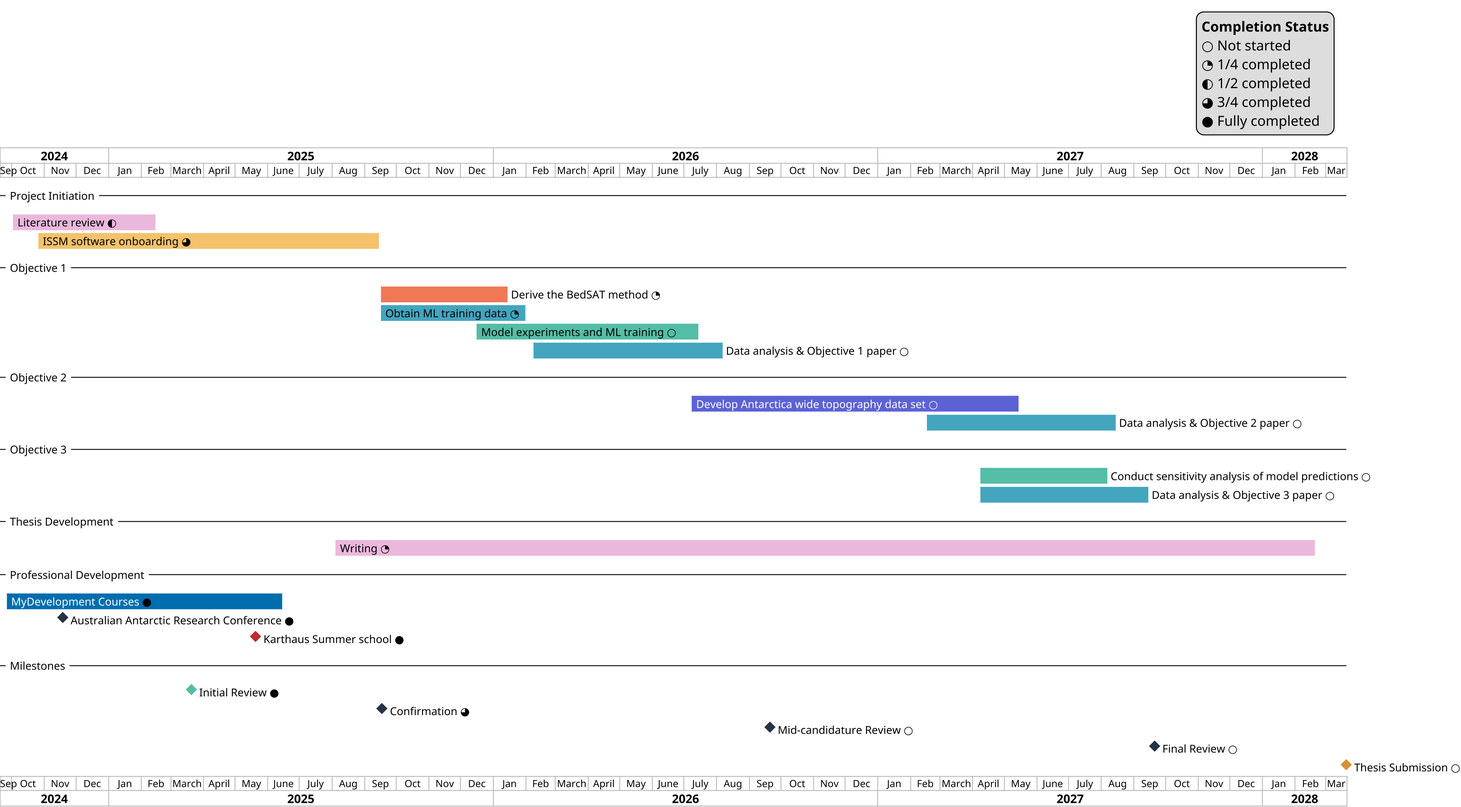
anabanami/BEDSAT keeps this PlantUML diagram as write/mls1/timeline.png. Above is the earlier version.
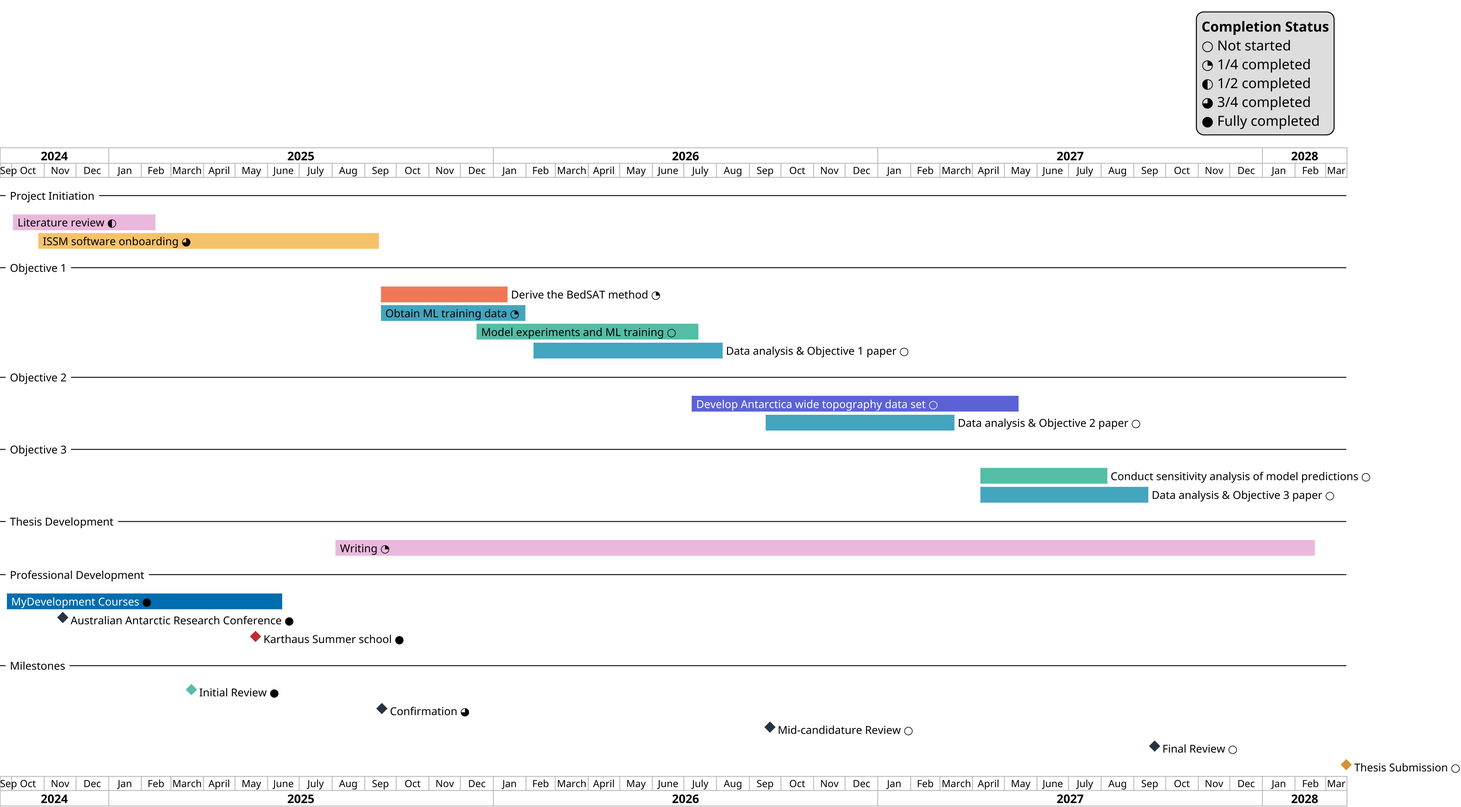
Above is the later version.

The edit, as a diff of the source:
```diff
@@ -31,7 +31,7 @@
 -- Objective 2 --
 [<font color="white">Develop Antarctica wide topography data set ○</font>] as [AWTDS] starts 2026-07-07 and ends 2027-05-15
 [AWTDS] is colored in #5c62d6
-[Data analysis & Objective 2 paper ○] as [DAO2] starts 2027-02-15 and ends 2027-08-15
+[Data analysis & Objective 2 paper ○] as [DAO2] starts 2026-09-15 and ends 2027-03-15
 [DAO2] is colored in #43a5be
 
 -- Objective 3 --
```
